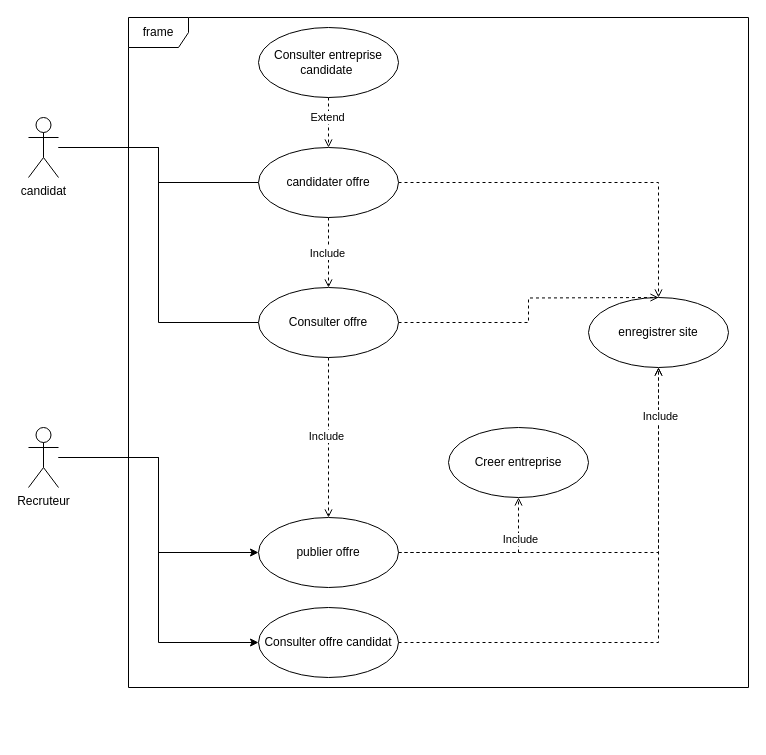
This is BDD/use-case.drawio from WildCodeSchool-CDA-FT-2025-03/checkpoint_1, a draw.io file, before an edit. Source tidied: cells renumbered, new cells numbered last; positions are measured from the earlier drawing's top-left corner, leaving out a move shared by most shapes. Both pictures are drawn from the tidied source at 100%, with x=0, y=0 at pixel (28, 17).
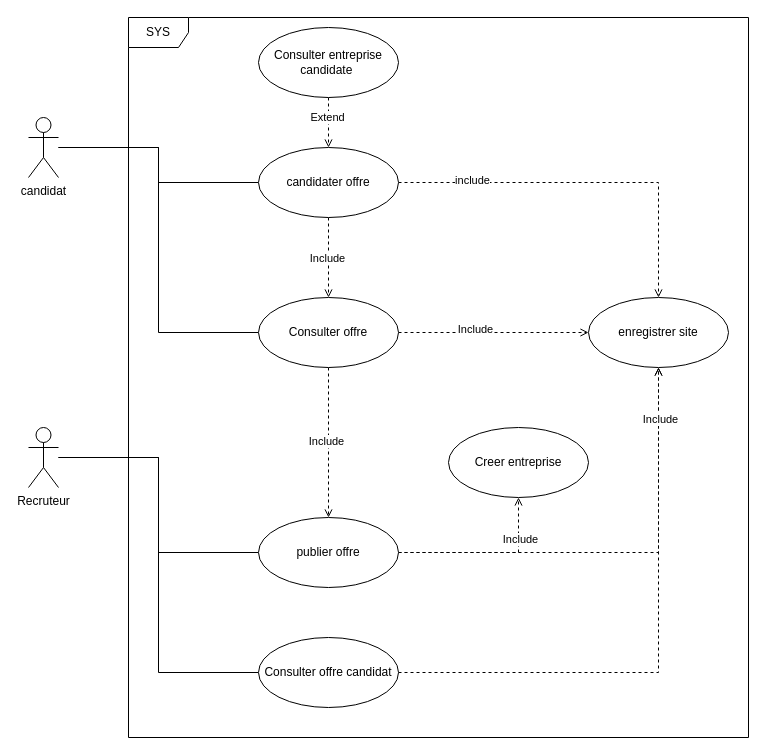
Above is the later version.

Commit message:
update cas d'utilisation

The change refers to these unchanged cells:
```xml
<mxCell id="5" value="Recruteur" style="shape=umlActor;verticalLabelPosition=bottom;verticalAlign=top;html=1;outlineConnect=0;" parent="1" vertex="1">
  <mxGeometry y="410" width="30" height="60" as="geometry" />
</mxCell>
<mxCell id="13" value="publier offre" style="ellipse;whiteSpace=wrap;html=1;" parent="1" vertex="1">
  <mxGeometry x="230" y="500" width="140" height="70" as="geometry" />
</mxCell>
<mxCell id="14" value="enregistrer site" style="ellipse;whiteSpace=wrap;html=1;" parent="1" vertex="1">
  <mxGeometry x="560" y="280" width="140" height="70" as="geometry" />
</mxCell>
<mxCell id="19" style="edgeStyle=orthogonalEdgeStyle;rounded=0;jettySize=auto;html=1;endArrow=open;endFill=0;dashed=1;strokeColor=default;" parent="1" edge="1" source="22" target="14">
  <mxGeometry relative="1" as="geometry" />
</mxCell>
```

What changed in the source:
```diff
@@
-    <mxCell id="2" value="frame" style="shape=umlFrame;whiteSpace=wrap;html=1;" parent="1" vertex="1">
-      <mxGeometry x="100" width="620" height="670" as="geometry" />
+    <mxCell id="2" value="SYS" style="shape=umlFrame;whiteSpace=wrap;html=1;" parent="1" vertex="1">
+      <mxGeometry x="100" width="620" height="720" as="geometry" />
     </mxCell>
-    <mxCell id="3" style="edgeStyle=orthogonalEdgeStyle;rounded=0;jettySize=auto;html=1;entryX=0;entryY=0.5;entryDx=0;entryDy=0;" parent="1" edge="1" source="5" target="28">
+    <mxCell id="3" style="edgeStyle=orthogonalEdgeStyle;rounded=0;jettySize=auto;html=1;entryX=0;entryY=0.5;entryDx=0;entryDy=0;endArrow=none;startFill=0;" parent="1" edge="1" source="5" target="28">
       <mxGeometry relative="1" as="geometry" />
     </mxCell>
-    <mxCell id="4" style="edgeStyle=orthogonalEdgeStyle;rounded=0;jettySize=auto;html=1;entryX=0;entryY=0.5;entryDx=0;entryDy=0;" parent="1" edge="1" source="5" target="13">
+    <mxCell id="4" style="edgeStyle=orthogonalEdgeStyle;rounded=0;jettySize=auto;html=1;entryX=0;entryY=0.5;entryDx=0;entryDy=0;endArrow=none;startFill=0;" parent="1" edge="1" source="5" target="13">
       <mxGeometry relative="1" as="geometry" />
     </mxCell>
@@
-    <mxCell id="15" style="edgeStyle=orthogonalEdgeStyle;rounded=0;jettySize=auto;html=1;dashed=1;endArrow=open;endFill=0;" parent="1" edge="1" source="18">
-      <mxGeometry relative="1" as="geometry">
-        <mxPoint x="630" y="280" as="targetPoint" />
-      </mxGeometry>
+    <mxCell id="15" style="edgeStyle=orthogonalEdgeStyle;rounded=0;jettySize=auto;html=1;dashed=1;endArrow=open;endFill=0;entryX=0;entryY=0.5;entryDx=0;entryDy=0;" parent="1" edge="1" source="18" target="14">
+      <mxGeometry relative="1" as="geometry" />
     </mxCell>
+    <mxCell id="29" value="Include" style="edgeLabel;html=1;align=center;verticalAlign=middle;" parent="15" vertex="1">
+      <mxGeometry x="-0.2" y="4" relative="1" as="geometry" />
+    </mxCell>
@@
     <mxCell id="18" value="Consulter offre" style="ellipse;whiteSpace=wrap;html=1;" parent="1" vertex="1">
-      <mxGeometry x="230" y="270" width="140" height="70" as="geometry" />
+      <mxGeometry x="230" y="280" width="140" height="70" as="geometry" />
     </mxCell>
@@
+    <mxCell id="30" value="include" style="edgeLabel;html=1;align=center;verticalAlign=middle;" parent="19" vertex="1">
+      <mxGeometry x="-0.61" y="3" relative="1" as="geometry" />
+    </mxCell>
@@
     <mxCell id="28" value="Consulter offre candidat" style="ellipse;whiteSpace=wrap;html=1;" parent="1" vertex="1">
-      <mxGeometry x="230" y="590" width="140" height="70" as="geometry" />
+      <mxGeometry x="230" y="620" width="140" height="70" as="geometry" />
     </mxCell>
```
